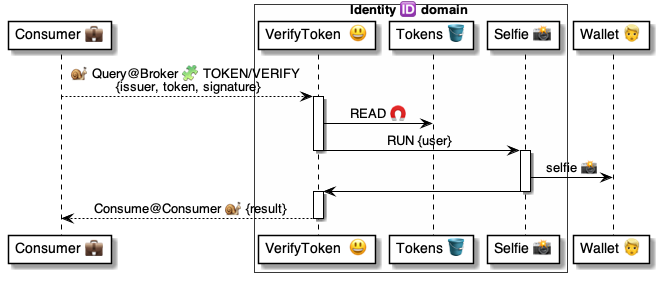
Before: 4 ⚙️ Solution/50 🫥 Agent domains/Identities 🆔/🆔😃 Identity talkers/VerifyToken 🎫 invite/VerifyToken ⚙️ uml.png, a diagram exported from PlantUML (pollyweb-org/pollyweb-docs). Its source is kept beside it as 4 ⚙️ Solution/50 🫥 Agent domains/Identities 🆔/🆔😃 Identity talkers/VerifyToken 🎫 invite/VerifyToken ⚙️ uml.puml.
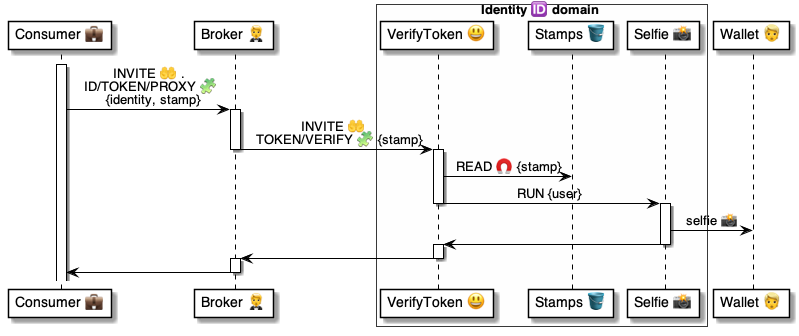
After the change.

Change to the diagram source:
```diff
@@ -1,18 +1,25 @@
 @startuml VerifyToken
 
 participant "Consumer 💼" as consumer
+participant "Broker 🤵" as broker
 box Identity 🆔 domain #FFFFFA
-    participant "VerifyToken  😃" as script
-    participant "Tokens 🪣" as tokens
+    participant "VerifyToken 😃" as script
+    participant "Stamps 🪣" as tokens
     participant "Selfie 📸" as identify
 end box
 participant "Wallet 👱" as wallet
 
 
-consumer --> script: 🐌 Query@Broker 🧩 TOKEN/VERIFY \n{issuer, token, signature}
+activate consumer
+consumer -> broker: INVITE 🤲 .\n  ID/TOKEN/PROXY 🧩 \n  {identity, stamp}
+
+
+activate broker
+    broker -> script: INVITE 🤲 \n  TOKEN/VERIFY 🧩 {stamp}
+deactivate broker
 
 activate script
-    script -> tokens: READ 🧲
+    script -> tokens: READ 🧲 {stamp}
     script -> identify: RUN {user}
 deactivate script
 
@@ -23,8 +30,13 @@
 
 
 activate script
-    script --> consumer: Consume@Consumer 🐌 {result}
+    script -> broker:
 deactivate script
+
+activate broker
+    broker -> consumer:
+deactivate broker
+
 
 
 @enduml
```
